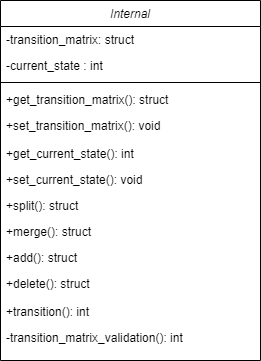
This is misc/diagrams/internal_class_diagram.png from filkata123/RSSTP, a draw.io export, as it was before one commit. Source tidied: cells renumbered, new cells last; positions are measured from the earlier drawing's top-left corner, leaving out a move shared by most shapes. The source it was exported from:
```xml
<mxGraphModel>
  <root>
    <mxCell id="0" />
    <mxCell id="1" parent="0" />
    <mxCell id="2" value="Internal" style="swimlane;fontStyle=2;align=center;verticalAlign=top;horizontal=1;startSize=26;rounded=0;shadow=0;strokeWidth=1;" parent="1" vertex="1">
      <mxGeometry width="260" height="360" as="geometry" />
    </mxCell>
    <mxCell id="3" value="-transition_matrix: struct" style="text;align=left;verticalAlign=top;spacingLeft=4;spacingRight=4;overflow=hidden;" parent="2" vertex="1">
      <mxGeometry y="26" width="260" height="26" as="geometry" />
    </mxCell>
    <mxCell id="4" value="-current_state : int" style="text;align=left;verticalAlign=top;spacingLeft=4;spacingRight=4;overflow=hidden;rounded=0;shadow=0;html=0;" parent="2" vertex="1">
      <mxGeometry y="52" width="260" height="26" as="geometry" />
    </mxCell>
    <mxCell id="5" style="line;html=1;strokeWidth=1;align=left;verticalAlign=middle;spacingTop=-1;spacingLeft=3;spacingRight=3;labelPosition=right;" parent="2" vertex="1">
      <mxGeometry y="78" width="260" height="8" as="geometry" />
    </mxCell>
    <mxCell id="6" value="+get_transition_matrix(): struct" style="text;align=left;verticalAlign=top;spacingLeft=4;spacingRight=4;overflow=hidden;" parent="2" vertex="1">
      <mxGeometry y="86" width="260" height="26" as="geometry" />
    </mxCell>
    <mxCell id="7" value="+set_transition_matrix(): void" style="text;align=left;verticalAlign=top;spacingLeft=4;spacingRight=4;overflow=hidden;" parent="2" vertex="1">
      <mxGeometry y="112" width="260" height="28" as="geometry" />
    </mxCell>
    <mxCell id="8" value="+get_current_state(): int" style="text;align=left;verticalAlign=top;spacingLeft=4;spacingRight=4;overflow=hidden;" parent="2" vertex="1">
      <mxGeometry y="140" width="260" height="26" as="geometry" />
    </mxCell>
    <mxCell id="9" value="+set_current_state(): void" style="text;align=left;verticalAlign=top;spacingLeft=4;spacingRight=4;overflow=hidden;" parent="2" vertex="1">
      <mxGeometry y="166" width="260" height="26" as="geometry" />
    </mxCell>
    <mxCell id="10" value="+split(): struct" style="text;align=left;verticalAlign=top;spacingLeft=4;spacingRight=4;overflow=hidden;" parent="2" vertex="1">
      <mxGeometry y="192" width="260" height="26" as="geometry" />
    </mxCell>
    <mxCell id="11" value="+merge(): struct" style="text;align=left;verticalAlign=top;spacingLeft=4;spacingRight=4;overflow=hidden;" parent="2" vertex="1">
      <mxGeometry y="218" width="260" height="26" as="geometry" />
    </mxCell>
    <mxCell id="12" value="+add(): struct" style="text;align=left;verticalAlign=top;spacingLeft=4;spacingRight=4;overflow=hidden;" parent="2" vertex="1">
      <mxGeometry y="244" width="260" height="26" as="geometry" />
    </mxCell>
    <mxCell id="13" value="+delete(): struct" style="text;align=left;verticalAlign=top;spacingLeft=4;spacingRight=4;overflow=hidden;" parent="2" vertex="1">
      <mxGeometry y="270" width="260" height="28" as="geometry" />
    </mxCell>
    <mxCell id="14" value="+transition(): int" style="text;align=left;verticalAlign=top;spacingLeft=4;spacingRight=4;overflow=hidden;" parent="2" vertex="1">
      <mxGeometry y="298" width="260" height="26" as="geometry" />
    </mxCell>
    <mxCell id="15" value="-transition_matrix_validation(): int" style="text;align=left;verticalAlign=top;spacingLeft=4;spacingRight=4;overflow=hidden;" parent="2" vertex="1">
      <mxGeometry y="324" width="260" height="26" as="geometry" />
    </mxCell>
  </root>
</mxGraphModel>
```
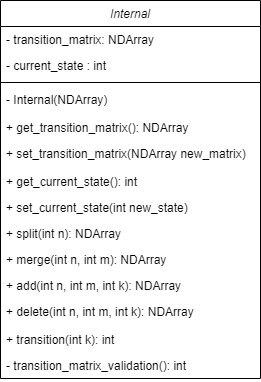
Above is the later version.

Commit message:
fixed class diagrams

What changed in the source:
```diff
@@ -3,46 +3,49 @@
     <mxCell id="0" />
     <mxCell id="1" parent="0" />
     <mxCell id="2" value="Internal" style="swimlane;fontStyle=2;align=center;verticalAlign=top;horizontal=1;startSize=26;rounded=0;shadow=0;strokeWidth=1;" parent="1" vertex="1">
-      <mxGeometry width="260" height="360" as="geometry" />
+      <mxGeometry width="260" height="378" as="geometry" />
     </mxCell>
-    <mxCell id="3" value="-transition_matrix: struct" style="text;align=left;verticalAlign=top;spacingLeft=4;spacingRight=4;overflow=hidden;" parent="2" vertex="1">
+    <mxCell id="3" value="- transition_matrix: NDArray" style="text;align=left;verticalAlign=top;spacingLeft=4;spacingRight=4;overflow=hidden;" parent="2" vertex="1">
       <mxGeometry y="26" width="260" height="26" as="geometry" />
     </mxCell>
-    <mxCell id="4" value="-current_state : int" style="text;align=left;verticalAlign=top;spacingLeft=4;spacingRight=4;overflow=hidden;rounded=0;shadow=0;html=0;" parent="2" vertex="1">
+    <mxCell id="4" value="- current_state : int" style="text;align=left;verticalAlign=top;spacingLeft=4;spacingRight=4;overflow=hidden;rounded=0;shadow=0;html=0;" parent="2" vertex="1">
       <mxGeometry y="52" width="260" height="26" as="geometry" />
     </mxCell>
     <mxCell id="5" style="line;html=1;strokeWidth=1;align=left;verticalAlign=middle;spacingTop=-1;spacingLeft=3;spacingRight=3;labelPosition=right;" parent="2" vertex="1">
       <mxGeometry y="78" width="260" height="8" as="geometry" />
     </mxCell>
+    <mxCell id="16" value="- Internal(NDArray)" style="text;align=left;verticalAlign=top;spacingLeft=4;spacingRight=4;overflow=hidden;" parent="2" vertex="1">
+      <mxGeometry y="86" width="260" height="28" as="geometry" />
+    </mxCell>
-    <mxCell id="6" value="+get_transition_matrix(): struct" style="text;align=left;verticalAlign=top;spacingLeft=4;spacingRight=4;overflow=hidden;" parent="2" vertex="1">
-      <mxGeometry y="86" width="260" height="26" as="geometry" />
+    <mxCell id="6" value="+ get_transition_matrix(): NDArray" style="text;align=left;verticalAlign=top;spacingLeft=4;spacingRight=4;overflow=hidden;" parent="2" vertex="1">
+      <mxGeometry y="114" width="260" height="26" as="geometry" />
     </mxCell>
-    <mxCell id="7" value="+set_transition_matrix(): void" style="text;align=left;verticalAlign=top;spacingLeft=4;spacingRight=4;overflow=hidden;" parent="2" vertex="1">
-      <mxGeometry y="112" width="260" height="28" as="geometry" />
+    <mxCell id="7" value="+ set_transition_matrix(NDArray new_matrix)" style="text;align=left;verticalAlign=top;spacingLeft=4;spacingRight=4;overflow=hidden;" parent="2" vertex="1">
+      <mxGeometry y="140" width="260" height="28" as="geometry" />
     </mxCell>
-    <mxCell id="8" value="+get_current_state(): int" style="text;align=left;verticalAlign=top;spacingLeft=4;spacingRight=4;overflow=hidden;" parent="2" vertex="1">
-      <mxGeometry y="140" width="260" height="26" as="geometry" />
+    <mxCell id="8" value="+ get_current_state(): int" style="text;align=left;verticalAlign=top;spacingLeft=4;spacingRight=4;overflow=hidden;" parent="2" vertex="1">
+      <mxGeometry y="168" width="260" height="26" as="geometry" />
     </mxCell>
-    <mxCell id="9" value="+set_current_state(): void" style="text;align=left;verticalAlign=top;spacingLeft=4;spacingRight=4;overflow=hidden;" parent="2" vertex="1">
-      <mxGeometry y="166" width="260" height="26" as="geometry" />
+    <mxCell id="9" value="+ set_current_state(int new_state)" style="text;align=left;verticalAlign=top;spacingLeft=4;spacingRight=4;overflow=hidden;" parent="2" vertex="1">
+      <mxGeometry y="194" width="260" height="26" as="geometry" />
     </mxCell>
-    <mxCell id="10" value="+split(): struct" style="text;align=left;verticalAlign=top;spacingLeft=4;spacingRight=4;overflow=hidden;" parent="2" vertex="1">
-      <mxGeometry y="192" width="260" height="26" as="geometry" />
+    <mxCell id="10" value="+ split(int n): NDArray" style="text;align=left;verticalAlign=top;spacingLeft=4;spacingRight=4;overflow=hidden;" parent="2" vertex="1">
+      <mxGeometry y="220" width="260" height="26" as="geometry" />
     </mxCell>
-    <mxCell id="11" value="+merge(): struct" style="text;align=left;verticalAlign=top;spacingLeft=4;spacingRight=4;overflow=hidden;" parent="2" vertex="1">
-      <mxGeometry y="218" width="260" height="26" as="geometry" />
+    <mxCell id="11" value="+ merge(int n, int m): NDArray" style="text;align=left;verticalAlign=top;spacingLeft=4;spacingRight=4;overflow=hidden;" parent="2" vertex="1">
+      <mxGeometry y="246" width="260" height="26" as="geometry" />
     </mxCell>
-    <mxCell id="12" value="+add(): struct" style="text;align=left;verticalAlign=top;spacingLeft=4;spacingRight=4;overflow=hidden;" parent="2" vertex="1">
-      <mxGeometry y="244" width="260" height="26" as="geometry" />
+    <mxCell id="12" value="+ add(int n, int m, int k): NDArray" style="text;align=left;verticalAlign=top;spacingLeft=4;spacingRight=4;overflow=hidden;" parent="2" vertex="1">
+      <mxGeometry y="272" width="260" height="26" as="geometry" />
     </mxCell>
-    <mxCell id="13" value="+delete(): struct" style="text;align=left;verticalAlign=top;spacingLeft=4;spacingRight=4;overflow=hidden;" parent="2" vertex="1">
-      <mxGeometry y="270" width="260" height="28" as="geometry" />
+    <mxCell id="13" value="+ delete(int n, int m, int k): NDArray" style="text;align=left;verticalAlign=top;spacingLeft=4;spacingRight=4;overflow=hidden;" parent="2" vertex="1">
+      <mxGeometry y="298" width="260" height="28" as="geometry" />
     </mxCell>
-    <mxCell id="14" value="+transition(): int" style="text;align=left;verticalAlign=top;spacingLeft=4;spacingRight=4;overflow=hidden;" parent="2" vertex="1">
-      <mxGeometry y="298" width="260" height="26" as="geometry" />
+    <mxCell id="14" value="+ transition(int k): int" style="text;align=left;verticalAlign=top;spacingLeft=4;spacingRight=4;overflow=hidden;" parent="2" vertex="1">
+      <mxGeometry y="326" width="260" height="26" as="geometry" />
     </mxCell>
-    <mxCell id="15" value="-transition_matrix_validation(): int" style="text;align=left;verticalAlign=top;spacingLeft=4;spacingRight=4;overflow=hidden;" parent="2" vertex="1">
-      <mxGeometry y="324" width="260" height="26" as="geometry" />
+    <mxCell id="15" value="- transition_matrix_validation(): int" style="text;align=left;verticalAlign=top;spacingLeft=4;spacingRight=4;overflow=hidden;" parent="2" vertex="1">
+      <mxGeometry y="352" width="260" height="26" as="geometry" />
     </mxCell>
   </root>
 </mxGraphModel>
```
